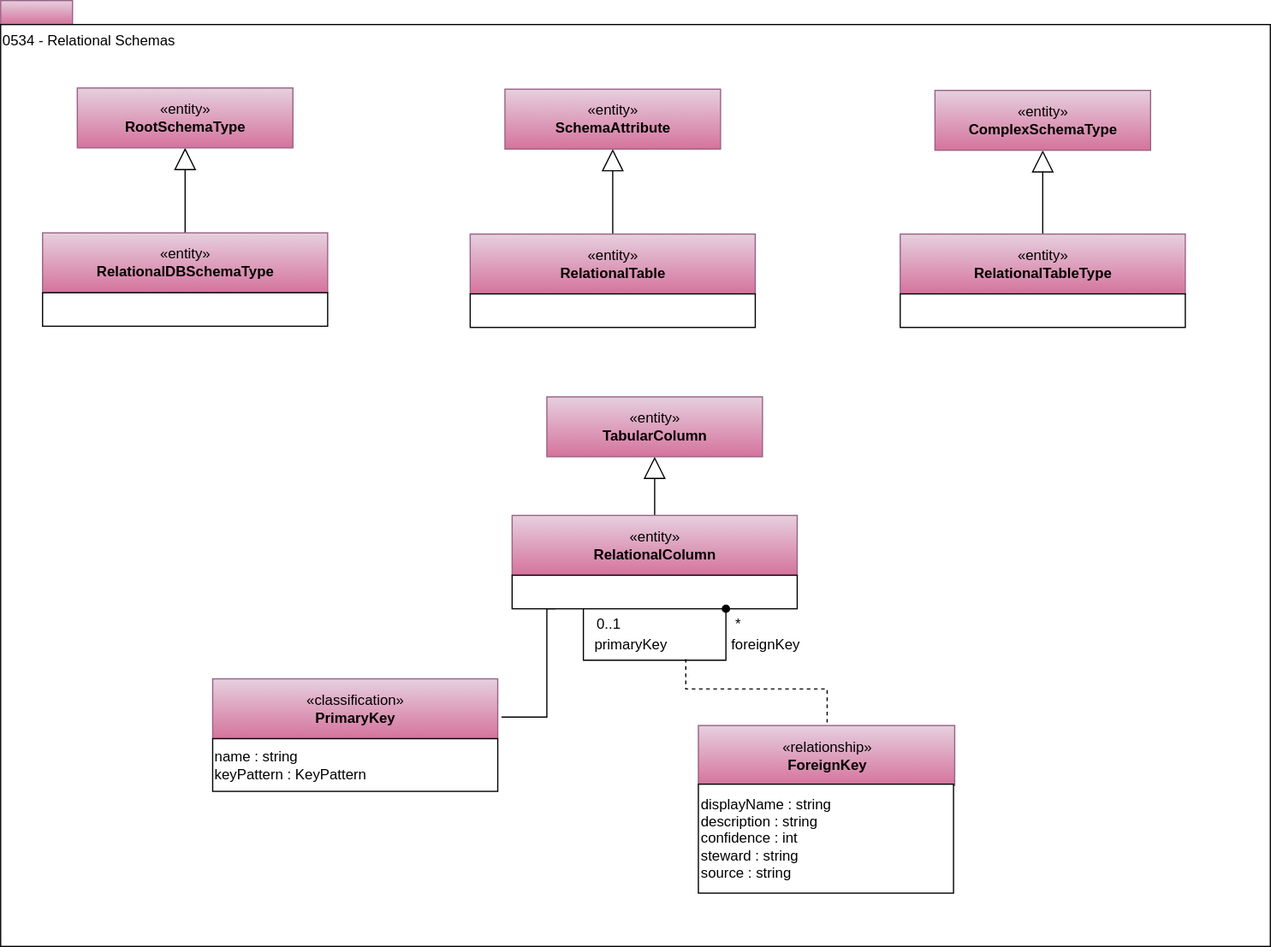
The draw.io diagram site/docs/types/5/0534-Relational-Schemas.svg in odpi/egeria-docs, before a commit. Source tidied: cells renumbered, new cells last; positions are measured from the earlier drawing's top-left corner, leaving out a move shared by most shapes.
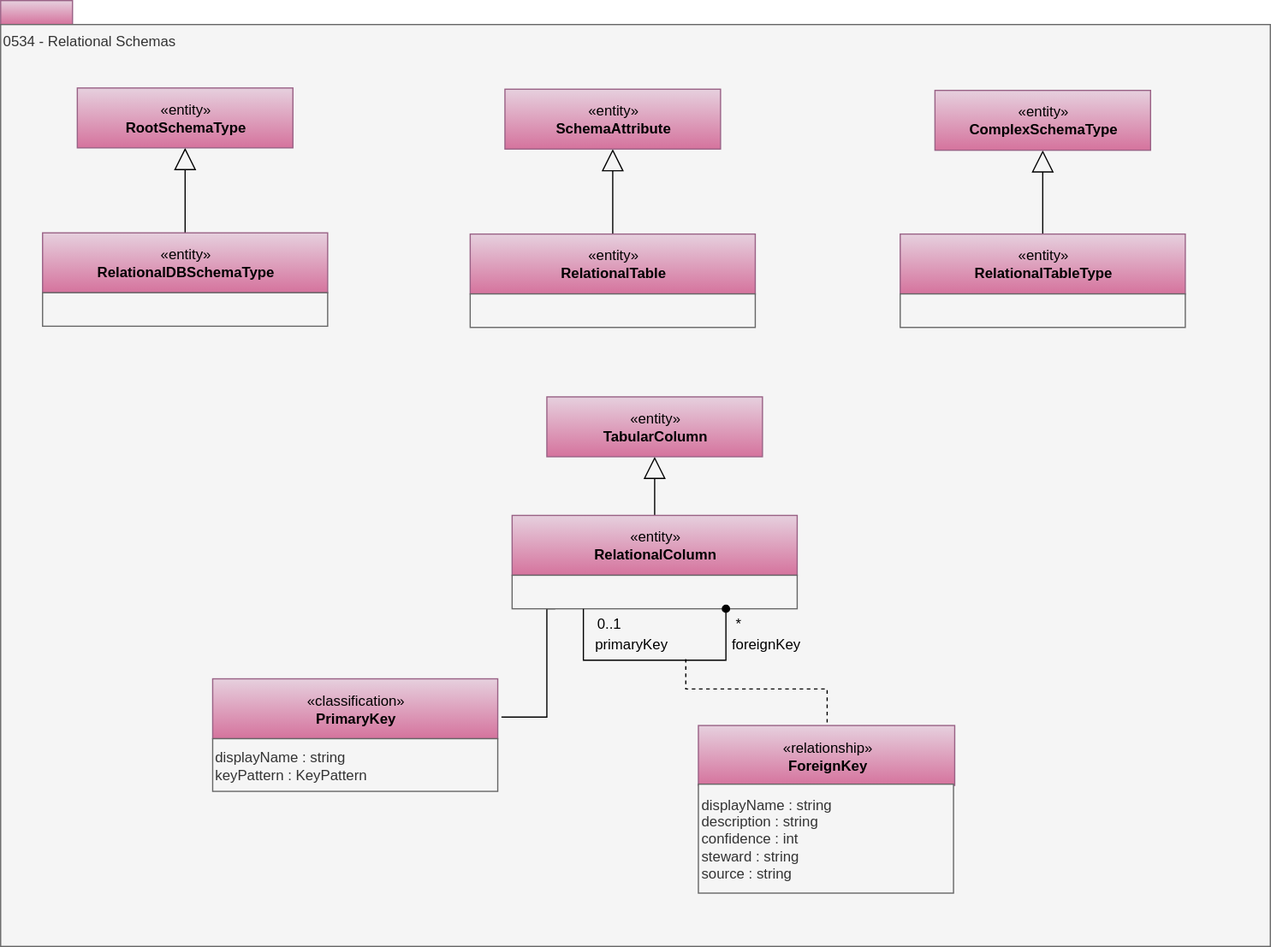
Later version of the same file.

What changed in the source:
```diff
@@ -5,7 +5,7 @@
     <mxCell id="2" style="rounded=0;whiteSpace=wrap;html=1;align=left;fillColor=#e6d0de;strokeColor=#996185;gradientColor=#d5739d;" parent="1" vertex="1">
       <mxGeometry width="60" height="20" as="geometry" />
     </mxCell>
-    <mxCell id="3" value="0534 - Relational Schemas" style="rounded=0;whiteSpace=wrap;html=1;align=left;verticalAlign=top;" parent="1" vertex="1">
+    <mxCell id="3" value="0534 - Relational Schemas" style="rounded=0;whiteSpace=wrap;html=1;align=left;verticalAlign=top;fillColor=#f5f5f5;fontColor=#333333;strokeColor=#666666;" parent="1" vertex="1">
       <mxGeometry y="20" width="1060" height="770" as="geometry" />
     </mxCell>
     <mxCell id="4" style="edgeStyle=orthogonalEdgeStyle;rounded=0;jettySize=auto;html=1;exitX=0.5;exitY=0;exitDx=0;exitDy=0;entryX=0.5;entryY=1;entryDx=0;entryDy=0;startSize=6;endArrow=block;endFill=0;endSize=16;" parent="1" edge="1" source="20" target="5">
@@ -35,7 +35,7 @@
     <mxCell id="10" value="«entity»&lt;br&gt;&lt;b&gt;RelationalColumn&lt;/b&gt;" style="html=1;strokeColor=#996185;align=center;fillColor=#e6d0de;gradientColor=#d5739d;" parent="1" vertex="1">
       <mxGeometry x="427" y="430" width="238" height="50" as="geometry" />
     </mxCell>
-    <mxCell id="11" style="rounded=0;whiteSpace=wrap;html=1;strokeColor=#000000;gradientColor=#ffffff;align=left;" parent="1" vertex="1">
+    <mxCell id="11" style="rounded=0;whiteSpace=wrap;html=1;strokeColor=#666666;align=left;fillColor=#f5f5f5;fontColor=#333333;" parent="1" vertex="1">
       <mxGeometry x="427" y="480" width="238" height="28" as="geometry" />
     </mxCell>
     <mxCell id="12" value="«entity»&lt;br&gt;&lt;b&gt;TabularColumn&lt;/b&gt;" style="html=1;strokeColor=#996185;align=center;fillColor=#e6d0de;gradientColor=#d5739d;" parent="1" vertex="1">
@@ -77,7 +77,7 @@
     <mxCell id="20" value="«entity»&lt;br&gt;&lt;b&gt;RelationalDBSchemaType&lt;/b&gt;" style="html=1;strokeColor=#996185;align=center;fillColor=#e6d0de;gradientColor=#d5739d;" parent="19" vertex="1">
       <mxGeometry width="238" height="50" as="geometry" />
     </mxCell>
-    <mxCell id="21" style="rounded=0;whiteSpace=wrap;html=1;strokeColor=#000000;gradientColor=#ffffff;align=left;" parent="19" vertex="1">
+    <mxCell id="21" style="rounded=0;whiteSpace=wrap;html=1;strokeColor=#666666;align=left;fillColor=#f5f5f5;fontColor=#333333;" parent="19" vertex="1">
       <mxGeometry y="50" width="238" height="28" as="geometry" />
     </mxCell>
     <mxCell id="22" style="group;" parent="1" vertex="1">
@@ -86,7 +86,7 @@
     <mxCell id="23" value="«entity»&lt;br&gt;&lt;b&gt;RelationalTable&lt;/b&gt;&lt;br&gt;" style="html=1;strokeColor=#996185;align=center;fillColor=#e6d0de;gradientColor=#d5739d;" parent="22" vertex="1">
       <mxGeometry width="238" height="50" as="geometry" />
     </mxCell>
-    <mxCell id="24" style="rounded=0;whiteSpace=wrap;html=1;strokeColor=#000000;gradientColor=#ffffff;align=left;" parent="22" vertex="1">
+    <mxCell id="24" style="rounded=0;whiteSpace=wrap;html=1;strokeColor=#666666;align=left;fillColor=#f5f5f5;fontColor=#333333;" parent="22" vertex="1">
       <mxGeometry y="50" width="238" height="28" as="geometry" />
     </mxCell>
     <mxCell id="25" style="group;" parent="1" vertex="1">
@@ -95,7 +95,7 @@
     <mxCell id="26" value="«classification»&lt;br&gt;&lt;b&gt;PrimaryKey&lt;/b&gt;" style="html=1;strokeColor=#996185;align=center;fillColor=#e6d0de;gradientColor=#d5739d;" parent="25" vertex="1">
       <mxGeometry width="238" height="50" as="geometry" />
     </mxCell>
-    <mxCell id="27" value="name : string&lt;br&gt;keyPattern : KeyPattern" style="rounded=0;whiteSpace=wrap;html=1;strokeColor=#000000;gradientColor=#ffffff;align=left;" parent="25" vertex="1">
+    <mxCell id="27" value="displayName : string&lt;br&gt;keyPattern : KeyPattern" style="rounded=0;whiteSpace=wrap;html=1;strokeColor=#666666;align=left;fillColor=#f5f5f5;fontColor=#333333;" parent="25" vertex="1">
       <mxGeometry y="50" width="238" height="44" as="geometry" />
     </mxCell>
     <mxCell id="28" style="group;" parent="1" vertex="1">
@@ -104,7 +104,7 @@
     <mxCell id="29" value="«relationship»&lt;br&gt;&lt;b&gt;ForeignKey&lt;/b&gt;" style="html=1;strokeColor=#996185;align=center;fillColor=#e6d0de;gradientColor=#d5739d;" parent="28" vertex="1">
       <mxGeometry width="214" height="50" as="geometry" />
     </mxCell>
-    <mxCell id="30" value="displayName : string&lt;div style=&quot;text-align: left&quot;&gt;description : string&lt;/div&gt;&lt;div style=&quot;text-align: left&quot;&gt;confidence : int&lt;/div&gt;&lt;div style=&quot;text-align: left&quot;&gt;steward : string&lt;/div&gt;&lt;div style=&quot;text-align: left&quot;&gt;source : string&lt;/div&gt;" style="rounded=0;whiteSpace=wrap;html=1;strokeColor=#000000;gradientColor=#ffffff;align=left;" parent="28" vertex="1">
+    <mxCell id="30" value="displayName : string&lt;div style=&quot;text-align: left&quot;&gt;description : string&lt;/div&gt;&lt;div style=&quot;text-align: left&quot;&gt;confidence : int&lt;/div&gt;&lt;div style=&quot;text-align: left&quot;&gt;steward : string&lt;/div&gt;&lt;div style=&quot;text-align: left&quot;&gt;source : string&lt;/div&gt;" style="rounded=0;whiteSpace=wrap;html=1;strokeColor=#666666;align=left;fillColor=#f5f5f5;fontColor=#333333;" parent="28" vertex="1">
       <mxGeometry y="49" width="213" height="91" as="geometry" />
     </mxCell>
     <mxCell id="31" style="edgeStyle=orthogonalEdgeStyle;rounded=0;jettySize=auto;html=1;exitX=0.5;exitY=0;exitDx=0;exitDy=0;entryX=0.5;entryY=1;entryDx=0;entryDy=0;startSize=6;endArrow=block;endFill=0;endSize=16;" parent="1" edge="1" source="34" target="32">
@@ -119,7 +119,7 @@
     <mxCell id="34" value="«entity»&lt;br&gt;&lt;b&gt;RelationalTableType&lt;/b&gt;" style="html=1;strokeColor=#996185;align=center;fillColor=#e6d0de;gradientColor=#d5739d;" parent="33" vertex="1">
       <mxGeometry width="238" height="50" as="geometry" />
     </mxCell>
-    <mxCell id="35" style="rounded=0;whiteSpace=wrap;html=1;strokeColor=#000000;gradientColor=#ffffff;align=left;" parent="33" vertex="1">
+    <mxCell id="35" style="rounded=0;whiteSpace=wrap;html=1;strokeColor=#666666;align=left;fillColor=#f5f5f5;fontColor=#333333;" parent="33" vertex="1">
       <mxGeometry y="50" width="238" height="28" as="geometry" />
     </mxCell>
   </root>
```
